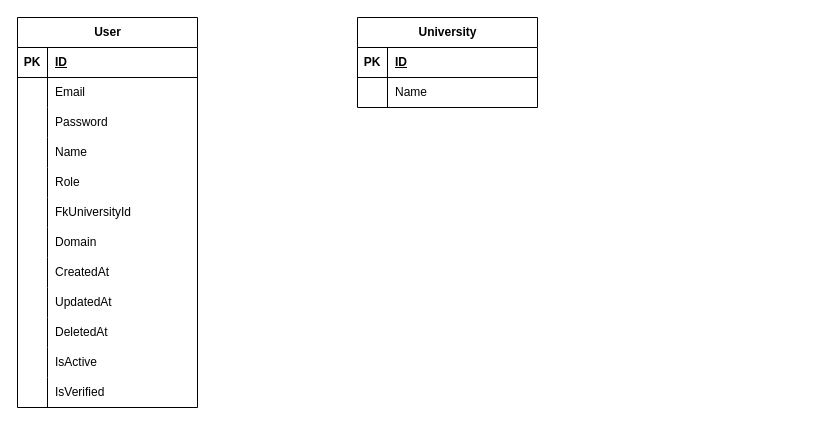
This is compedia.drawio from centwong/Compedia-BE, a draw.io file, before an edit. Source tidied: cells renumbered, new cells numbered last; positions are measured from the earlier drawing's top-left corner, leaving out a move shared by most shapes. Both pictures are drawn from the tidied source at 100%, with x=0, y=0 at pixel (17, 17).
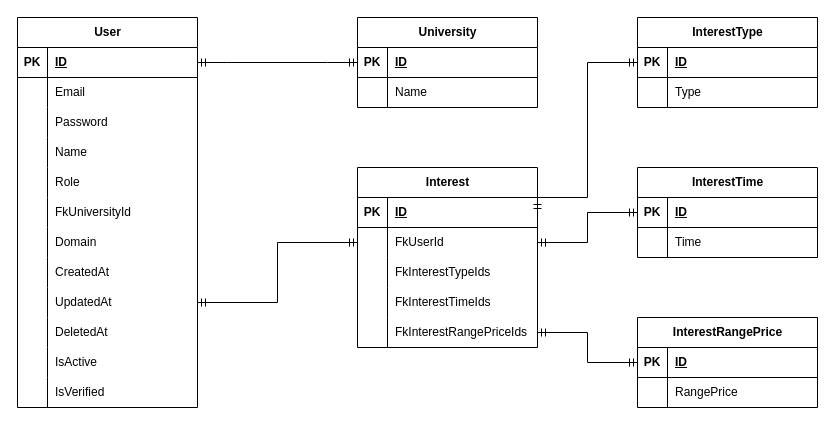
After the change.

Unchanged cells that the change refers to:
```xml
<mxCell id="3" style="shape=tableRow;horizontal=0;startSize=0;swimlaneHead=0;swimlaneBody=0;fillColor=none;points=[[0,0.5],[1,0.5]];portConstraint=eastwest;top=0;left=0;right=0;bottom=1;" parent="2" vertex="1">
  <mxGeometry y="30" width="180" height="30" as="geometry" />
</mxCell>
<mxCell id="10" style="shape=tableRow;horizontal=0;startSize=0;swimlaneHead=0;swimlaneBody=0;fillColor=none;points=[[0,0.5],[1,0.5]];portConstraint=eastwest;top=0;left=0;right=0;bottom=1;" parent="9" vertex="1">
  <mxGeometry y="30" width="180" height="30" as="geometry" />
</mxCell>
<mxCell id="34" style="shape=tableRow;horizontal=0;startSize=0;swimlaneHead=0;swimlaneBody=0;fillColor=none;points=[[0,0.5],[1,0.5]];portConstraint=eastwest;top=0;left=0;right=0;bottom=0;" parent="9" vertex="1">
  <mxGeometry y="270" width="180" height="30" as="geometry" />
</mxCell>
```

What changed in the source:
```diff
@@
+    <mxCell id="46" value="Interest" style="shape=table;startSize=30;childLayout=tableLayout;rowLines=0;fontStyle=1;align=center;html=1;" parent="1" vertex="1">
+      <mxGeometry x="340" y="150" width="180" height="180" as="geometry" />
+    </mxCell>
+    <mxCell id="47" style="shape=tableRow;horizontal=0;startSize=0;swimlaneHead=0;swimlaneBody=0;fillColor=none;points=[[0,0.5],[1,0.5]];portConstraint=eastwest;top=0;left=0;right=0;bottom=1;" parent="46" vertex="1">
+      <mxGeometry y="30" width="180" height="30" as="geometry" />
+    </mxCell>
+    <mxCell id="48" value="PK" style="shape=partialRectangle;fillColor=none;top=0;left=0;bottom=0;right=0;fontStyle=1;overflow=hidden;whiteSpace=wrap;html=1;" parent="47" vertex="1">
+      <mxGeometry width="30" height="30" as="geometry" />
+    </mxCell>
+    <mxCell id="49" value="ID" style="shape=partialRectangle;fillColor=none;top=0;left=0;bottom=0;right=0;align=left;spacingLeft=6;fontStyle=5;overflow=hidden;whiteSpace=wrap;html=1;" parent="47" vertex="1">
+      <mxGeometry x="30" width="150" height="30" as="geometry" />
+    </mxCell>
+    <mxCell id="50" style="shape=tableRow;horizontal=0;startSize=0;swimlaneHead=0;swimlaneBody=0;fillColor=none;points=[[0,0.5],[1,0.5]];portConstraint=eastwest;top=0;left=0;right=0;bottom=0;" parent="46" vertex="1">
+      <mxGeometry y="60" width="180" height="30" as="geometry" />
+    </mxCell>
+    <mxCell id="51" style="shape=partialRectangle;fillColor=none;top=0;left=0;bottom=0;right=0;overflow=hidden;whiteSpace=wrap;html=1;" parent="50" vertex="1">
+      <mxGeometry width="30" height="30" as="geometry" />
+    </mxCell>
+    <mxCell id="52" value="FkUserId" style="shape=partialRectangle;fillColor=none;top=0;left=0;bottom=0;right=0;align=left;spacingLeft=6;overflow=hidden;whiteSpace=wrap;html=1;" parent="50" vertex="1">
+      <mxGeometry x="30" width="150" height="30" as="geometry" />
+    </mxCell>
+    <mxCell id="53" style="shape=tableRow;horizontal=0;startSize=0;swimlaneHead=0;swimlaneBody=0;fillColor=none;top=0;left=0;right=0;bottom=0;" parent="46" vertex="1">
+      <mxGeometry y="90" width="180" height="30" as="geometry" />
+    </mxCell>
+    <mxCell id="54" style="shape=partialRectangle;fillColor=none;top=0;left=0;bottom=0;right=0;overflow=hidden;whiteSpace=wrap;html=1;" parent="53" vertex="1">
+      <mxGeometry width="30" height="30" as="geometry" />
+    </mxCell>
+    <mxCell id="55" value="FkInterestTypeIds" style="shape=partialRectangle;fillColor=none;top=0;left=0;bottom=0;right=0;align=left;spacingLeft=6;overflow=hidden;whiteSpace=wrap;html=1;" parent="53" vertex="1">
+      <mxGeometry x="30" width="150" height="30" as="geometry" />
+    </mxCell>
+    <mxCell id="56" style="shape=tableRow;horizontal=0;startSize=0;swimlaneHead=0;swimlaneBody=0;fillColor=none;top=0;left=0;right=0;bottom=0;" parent="46" vertex="1">
+      <mxGeometry y="120" width="180" height="30" as="geometry" />
+    </mxCell>
+    <mxCell id="57" style="shape=partialRectangle;fillColor=none;top=0;left=0;bottom=0;right=0;overflow=hidden;whiteSpace=wrap;html=1;" parent="56" vertex="1">
+      <mxGeometry width="30" height="30" as="geometry" />
+    </mxCell>
+    <mxCell id="58" value="FkInterestTimeIds" style="shape=partialRectangle;fillColor=none;top=0;left=0;bottom=0;right=0;align=left;spacingLeft=6;overflow=hidden;whiteSpace=wrap;html=1;" parent="56" vertex="1">
+      <mxGeometry x="30" width="150" height="30" as="geometry" />
+    </mxCell>
+    <mxCell id="59" style="shape=tableRow;horizontal=0;startSize=0;swimlaneHead=0;swimlaneBody=0;fillColor=none;points=[[0,0.5],[1,0.5]];portConstraint=eastwest;top=0;left=0;right=0;bottom=0;" parent="46" vertex="1">
+      <mxGeometry y="150" width="180" height="30" as="geometry" />
+    </mxCell>
+    <mxCell id="60" style="shape=partialRectangle;fillColor=none;top=0;left=0;bottom=0;right=0;overflow=hidden;whiteSpace=wrap;html=1;" parent="59" vertex="1">
+      <mxGeometry width="30" height="30" as="geometry" />
+    </mxCell>
+    <mxCell id="61" value="FkInterestRangePriceIds" style="shape=partialRectangle;fillColor=none;top=0;left=0;bottom=0;right=0;align=left;spacingLeft=6;overflow=hidden;whiteSpace=wrap;html=1;" parent="59" vertex="1">
+      <mxGeometry x="30" width="150" height="30" as="geometry" />
+    </mxCell>
+    <mxCell id="62" value="InterestType" style="shape=table;startSize=30;childLayout=tableLayout;rowLines=0;fontStyle=1;align=center;html=1;" parent="1" vertex="1">
+      <mxGeometry x="620" width="180" height="90" as="geometry" />
+    </mxCell>
+    <mxCell id="63" style="shape=tableRow;horizontal=0;startSize=0;swimlaneHead=0;swimlaneBody=0;fillColor=none;points=[[0,0.5],[1,0.5]];portConstraint=eastwest;top=0;left=0;right=0;bottom=1;" parent="62" vertex="1">
+      <mxGeometry y="30" width="180" height="30" as="geometry" />
+    </mxCell>
+    <mxCell id="64" value="PK" style="shape=partialRectangle;fillColor=none;top=0;left=0;bottom=0;right=0;fontStyle=1;overflow=hidden;whiteSpace=wrap;html=1;" parent="63" vertex="1">
+      <mxGeometry width="30" height="30" as="geometry" />
+    </mxCell>
+    <mxCell id="65" value="ID" style="shape=partialRectangle;fillColor=none;top=0;left=0;bottom=0;right=0;align=left;spacingLeft=6;fontStyle=5;overflow=hidden;whiteSpace=wrap;html=1;" parent="63" vertex="1">
+      <mxGeometry x="30" width="150" height="30" as="geometry" />
+    </mxCell>
+    <mxCell id="66" style="shape=tableRow;horizontal=0;startSize=0;swimlaneHead=0;swimlaneBody=0;fillColor=none;top=0;left=0;right=0;bottom=0;" parent="62" vertex="1">
+      <mxGeometry y="60" width="180" height="30" as="geometry" />
+    </mxCell>
+    <mxCell id="67" style="shape=partialRectangle;fillColor=none;top=0;left=0;bottom=0;right=0;overflow=hidden;whiteSpace=wrap;html=1;" parent="66" vertex="1">
+      <mxGeometry width="30" height="30" as="geometry" />
+    </mxCell>
+    <mxCell id="68" value="Type" style="shape=partialRectangle;fillColor=none;top=0;left=0;bottom=0;right=0;align=left;spacingLeft=6;overflow=hidden;whiteSpace=wrap;html=1;" parent="66" vertex="1">
+      <mxGeometry x="30" width="150" height="30" as="geometry" />
+    </mxCell>
+    <mxCell id="69" value="InterestTime" style="shape=table;startSize=30;childLayout=tableLayout;rowLines=0;fontStyle=1;align=center;html=1;" parent="1" vertex="1">
+      <mxGeometry x="620" y="150" width="180" height="90" as="geometry" />
+    </mxCell>
+    <mxCell id="70" style="shape=tableRow;horizontal=0;startSize=0;swimlaneHead=0;swimlaneBody=0;fillColor=none;points=[[0,0.5],[1,0.5]];portConstraint=eastwest;top=0;left=0;right=0;bottom=1;" parent="69" vertex="1">
+      <mxGeometry y="30" width="180" height="30" as="geometry" />
+    </mxCell>
+    <mxCell id="71" value="PK" style="shape=partialRectangle;fillColor=none;top=0;left=0;bottom=0;right=0;fontStyle=1;overflow=hidden;whiteSpace=wrap;html=1;" parent="70" vertex="1">
+      <mxGeometry width="30" height="30" as="geometry" />
+    </mxCell>
+    <mxCell id="72" value="ID" style="shape=partialRectangle;fillColor=none;top=0;left=0;bottom=0;right=0;align=left;spacingLeft=6;fontStyle=5;overflow=hidden;whiteSpace=wrap;html=1;" parent="70" vertex="1">
+      <mxGeometry x="30" width="150" height="30" as="geometry" />
+    </mxCell>
+    <mxCell id="73" style="shape=tableRow;horizontal=0;startSize=0;swimlaneHead=0;swimlaneBody=0;fillColor=none;top=0;left=0;right=0;bottom=0;" parent="69" vertex="1">
+      <mxGeometry y="60" width="180" height="30" as="geometry" />
+    </mxCell>
+    <mxCell id="74" style="shape=partialRectangle;fillColor=none;top=0;left=0;bottom=0;right=0;overflow=hidden;whiteSpace=wrap;html=1;" parent="73" vertex="1">
+      <mxGeometry width="30" height="30" as="geometry" />
+    </mxCell>
+    <mxCell id="75" value="Time" style="shape=partialRectangle;fillColor=none;top=0;left=0;bottom=0;right=0;align=left;spacingLeft=6;overflow=hidden;whiteSpace=wrap;html=1;" parent="73" vertex="1">
+      <mxGeometry x="30" width="150" height="30" as="geometry" />
+    </mxCell>
+    <mxCell id="76" value="InterestRangePrice" style="shape=table;startSize=30;childLayout=tableLayout;rowLines=0;fontStyle=1;align=center;html=1;" parent="1" vertex="1">
+      <mxGeometry x="620" y="300" width="180" height="90" as="geometry" />
+    </mxCell>
+    <mxCell id="77" style="shape=tableRow;horizontal=0;startSize=0;swimlaneHead=0;swimlaneBody=0;fillColor=none;points=[[0,0.5],[1,0.5]];portConstraint=eastwest;top=0;left=0;right=0;bottom=1;" parent="76" vertex="1">
+      <mxGeometry y="30" width="180" height="30" as="geometry" />
+    </mxCell>
+    <mxCell id="78" value="PK" style="shape=partialRectangle;fillColor=none;top=0;left=0;bottom=0;right=0;fontStyle=1;overflow=hidden;whiteSpace=wrap;html=1;" parent="77" vertex="1">
+      <mxGeometry width="30" height="30" as="geometry" />
+    </mxCell>
+    <mxCell id="79" value="ID" style="shape=partialRectangle;fillColor=none;top=0;left=0;bottom=0;right=0;align=left;spacingLeft=6;fontStyle=5;overflow=hidden;whiteSpace=wrap;html=1;" parent="77" vertex="1">
+      <mxGeometry x="30" width="150" height="30" as="geometry" />
+    </mxCell>
+    <mxCell id="80" style="shape=tableRow;horizontal=0;startSize=0;swimlaneHead=0;swimlaneBody=0;fillColor=none;top=0;left=0;right=0;bottom=0;" parent="76" vertex="1">
+      <mxGeometry y="60" width="180" height="30" as="geometry" />
+    </mxCell>
+    <mxCell id="81" style="shape=partialRectangle;fillColor=none;top=0;left=0;bottom=0;right=0;overflow=hidden;whiteSpace=wrap;html=1;" parent="80" vertex="1">
+      <mxGeometry width="30" height="30" as="geometry" />
+    </mxCell>
+    <mxCell id="82" value="RangePrice" style="shape=partialRectangle;fillColor=none;top=0;left=0;bottom=0;right=0;align=left;spacingLeft=6;overflow=hidden;whiteSpace=wrap;html=1;" parent="80" vertex="1">
+      <mxGeometry x="30" width="150" height="30" as="geometry" />
+    </mxCell>
+    <mxCell id="83" style="edgeStyle=entityRelationEdgeStyle;fontSize=12;html=1;endArrow=ERmandOne;startArrow=ERmandOne;rounded=0;exitX=1;exitY=0.5;exitDx=0;exitDy=0;entryX=0;entryY=0.5;entryDx=0;entryDy=0;" parent="1" edge="1" source="10" target="3">
+      <mxGeometry relative="1" as="geometry" />
+    </mxCell>
+    <mxCell id="84" style="edgeStyle=orthogonalEdgeStyle;fontSize=12;html=1;endArrow=ERmandOne;startArrow=ERmandOne;rounded=0;exitX=1;exitY=0.5;exitDx=0;exitDy=0;entryX=0;entryY=0.5;entryDx=0;entryDy=0;" parent="1" edge="1" source="34" target="50">
+      <mxGeometry relative="1" as="geometry" />
+    </mxCell>
+    <mxCell id="85" style="edgeStyle=orthogonalEdgeStyle;fontSize=12;html=1;endArrow=ERmandOne;startArrow=ERmandOne;rounded=0;exitX=1;exitY=0.5;exitDx=0;exitDy=0;entryX=0;entryY=0.5;entryDx=0;entryDy=0;" parent="1" edge="1" source="47" target="63">
+      <mxGeometry relative="1" as="geometry">
+        <Array as="points">
+          <mxPoint x="520" y="180" />
+          <mxPoint x="570" y="180" />
+          <mxPoint x="570" y="45" />
+        </Array>
+      </mxGeometry>
+    </mxCell>
+    <mxCell id="86" style="edgeStyle=orthogonalEdgeStyle;fontSize=12;html=1;endArrow=ERmandOne;startArrow=ERmandOne;rounded=0;exitX=1;exitY=0.5;exitDx=0;exitDy=0;entryX=0;entryY=0.5;entryDx=0;entryDy=0;" parent="1" edge="1" source="50" target="70">
+      <mxGeometry relative="1" as="geometry" />
+    </mxCell>
+    <mxCell id="87" style="edgeStyle=orthogonalEdgeStyle;fontSize=12;html=1;endArrow=ERmandOne;startArrow=ERmandOne;rounded=0;exitX=1;exitY=0.5;exitDx=0;exitDy=0;entryX=0;entryY=0.5;entryDx=0;entryDy=0;" parent="1" edge="1" source="59" target="77">
+      <mxGeometry relative="1" as="geometry" />
+    </mxCell>
```
